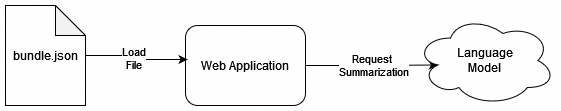
Above: Documentation/new_diagram.png in pvargas/cnotes (draw.io), before the change. Source tidied: cells renumbered, new cells last; positions are measured from the earlier drawing's top-left corner, leaving out a move shared by most shapes. The source it was exported from:
```xml
<mxGraphModel>
  <root>
    <mxCell id="0" />
    <mxCell id="1" parent="0" />
    <mxCell id="2" style="edgeStyle=orthogonalEdgeStyle;rounded=0;jettySize=auto;html=1;exitX=1;exitY=0.5;exitDx=0;exitDy=0;entryX=0.16;entryY=0.55;entryDx=0;entryDy=0;entryPerimeter=0;" parent="1" edge="1" source="4" target="8">
      <mxGeometry relative="1" as="geometry" />
    </mxCell>
    <mxCell id="3" value="&lt;div&gt;Request&amp;nbsp;&lt;/div&gt;&lt;div&gt;Summarization&lt;/div&gt;" style="edgeLabel;html=1;align=center;verticalAlign=middle;" parent="2" vertex="1">
      <mxGeometry x="0.23" y="2" relative="1" as="geometry">
        <mxPoint x="-14" y="2" as="offset" />
      </mxGeometry>
    </mxCell>
    <mxCell id="4" value="&lt;div&gt;Web Application&lt;/div&gt;" style="rounded=1;whiteSpace=wrap;html=1;" parent="1" vertex="1">
      <mxGeometry x="180" y="20" width="120" height="80" as="geometry" />
    </mxCell>
    <mxCell id="5" value="bundle.json" style="shape=note;whiteSpace=wrap;html=1;backgroundOutline=1;darkOpacity=0.05;" parent="1" vertex="1">
      <mxGeometry width="80" height="100" as="geometry" />
    </mxCell>
    <mxCell id="6" style="edgeStyle=orthogonalEdgeStyle;rounded=0;jettySize=auto;html=1;entryX=0.017;entryY=0.425;entryDx=0;entryDy=0;entryPerimeter=0;" parent="1" edge="1" source="5" target="4">
      <mxGeometry relative="1" as="geometry" />
    </mxCell>
    <mxCell id="7" value="Load&lt;br&gt;File" style="edgeLabel;html=1;align=center;verticalAlign=middle;" parent="6" vertex="1">
      <mxGeometry x="-0.11" y="-2" relative="1" as="geometry" />
    </mxCell>
    <mxCell id="8" value="Language&lt;br&gt;Model" style="ellipse;shape=cloud;whiteSpace=wrap;html=1;" parent="1" vertex="1">
      <mxGeometry x="410" y="10" width="140" height="90" as="geometry" />
    </mxCell>
  </root>
</mxGraphModel>
```
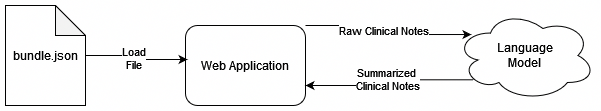
After the commit.

What changed in the source:
```diff
@@ -2,14 +2,6 @@
   <root>
     <mxCell id="0" />
     <mxCell id="1" parent="0" />
-    <mxCell id="2" style="edgeStyle=orthogonalEdgeStyle;rounded=0;jettySize=auto;html=1;exitX=1;exitY=0.5;exitDx=0;exitDy=0;entryX=0.16;entryY=0.55;entryDx=0;entryDy=0;entryPerimeter=0;" parent="1" edge="1" source="4" target="8">
-      <mxGeometry relative="1" as="geometry" />
-    </mxCell>
-    <mxCell id="3" value="&lt;div&gt;Request&amp;nbsp;&lt;/div&gt;&lt;div&gt;Summarization&lt;/div&gt;" style="edgeLabel;html=1;align=center;verticalAlign=middle;" parent="2" vertex="1">
-      <mxGeometry x="0.23" y="2" relative="1" as="geometry">
-        <mxPoint x="-14" y="2" as="offset" />
-      </mxGeometry>
-    </mxCell>
     <mxCell id="4" value="&lt;div&gt;Web Application&lt;/div&gt;" style="rounded=1;whiteSpace=wrap;html=1;" parent="1" vertex="1">
       <mxGeometry x="180" y="20" width="120" height="80" as="geometry" />
     </mxCell>
@@ -22,8 +14,25 @@
     <mxCell id="7" value="Load&lt;br&gt;File" style="edgeLabel;html=1;align=center;verticalAlign=middle;" parent="6" vertex="1">
       <mxGeometry x="-0.11" y="-2" relative="1" as="geometry" />
     </mxCell>
+    <mxCell id="9" style="edgeStyle=orthogonalEdgeStyle;rounded=0;jettySize=auto;html=1;exitX=0.13;exitY=0.77;exitDx=0;exitDy=0;exitPerimeter=0;entryX=1;entryY=0.75;entryDx=0;entryDy=0;" parent="1" edge="1" source="8" target="4">
+      <mxGeometry relative="1" as="geometry" />
+    </mxCell>
+    <mxCell id="10" value="&lt;div&gt;Summarized&amp;nbsp;&lt;/div&gt;&lt;div&gt;Clinical Notes&lt;/div&gt;" style="edgeLabel;html=1;align=center;verticalAlign=middle;" parent="9" vertex="1">
+      <mxGeometry y="-1" relative="1" as="geometry" />
+    </mxCell>
     <mxCell id="8" value="Language&lt;br&gt;Model" style="ellipse;shape=cloud;whiteSpace=wrap;html=1;" parent="1" vertex="1">
-      <mxGeometry x="410" y="10" width="140" height="90" as="geometry" />
+      <mxGeometry x="450" y="5" width="140" height="90" as="geometry" />
     </mxCell>
+    <mxCell id="2" style="edgeStyle=orthogonalEdgeStyle;rounded=0;jettySize=auto;html=1;exitX=1;exitY=0;exitDx=0;exitDy=0;entryX=0.114;entryY=0.267;entryDx=0;entryDy=0;entryPerimeter=0;" parent="1" edge="1" source="4" target="8">
+      <mxGeometry relative="1" as="geometry">
+        <Array as="points">
+          <mxPoint x="375" y="20" />
+          <mxPoint x="375" y="29" />
+        </Array>
+      </mxGeometry>
+    </mxCell>
+    <mxCell id="11" value="Raw Clinical Notes" style="edgeLabel;html=1;align=center;verticalAlign=middle;" parent="2" vertex="1">
+      <mxGeometry x="-0.1" y="2" relative="1" as="geometry" />
+    </mxCell>
   </root>
 </mxGraphModel>
```
